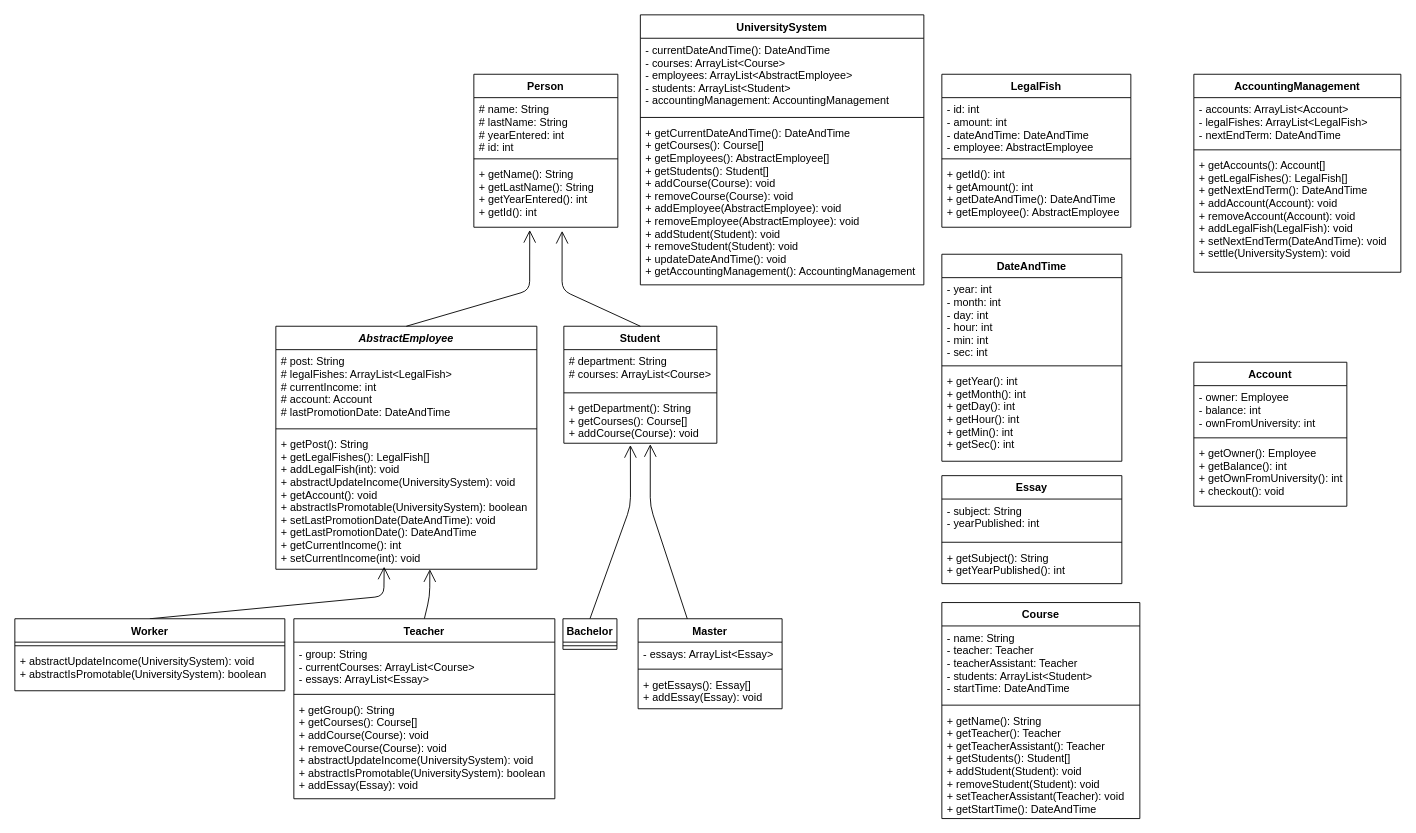
Earlier version of the draw.io diagram Untitled Diagram.drawio (ParsaRahmaty/Lab9). Source tidied: cells renumbered, new cells numbered last; positions are measured from the earlier drawing's top-left corner, leaving out a move shared by most shapes. Both pictures are drawn from the tidied source at 90%, with x=0, y=0 at pixel (14, 14).
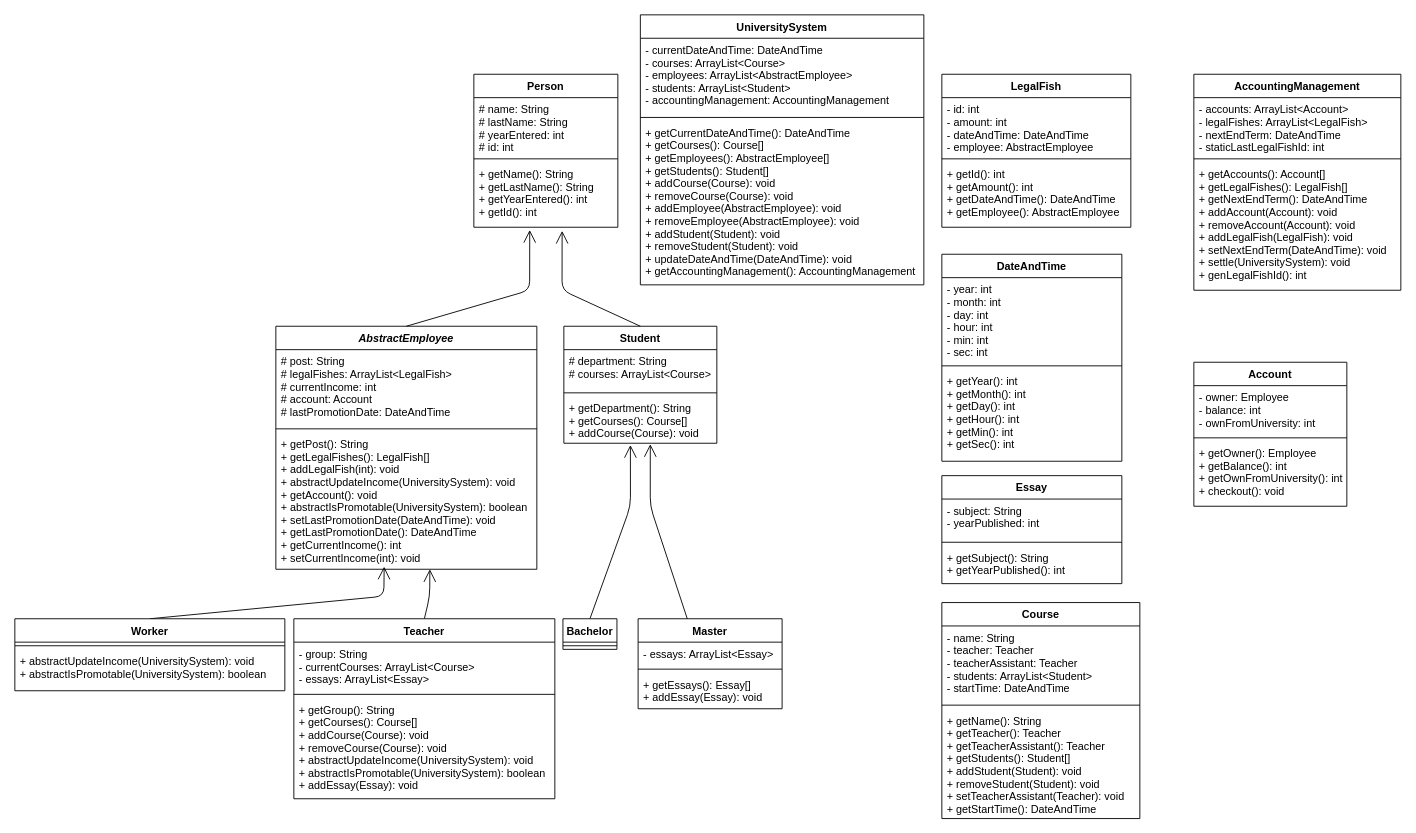
Above is the later version.

Unchanged cells that the change refers to:
```xml
<mxCell id="46" value="UniversitySystem" style="swimlane;fontStyle=1;align=center;verticalAlign=top;horizontal=1;startSize=26;" parent="1" vertex="1">
  <mxGeometry x="695" width="315" height="300" as="geometry" />
</mxCell>
```

What changed in the source:
```diff
@@
-    <mxCell id="47" value="- currentDateAndTime(): DateAndTime&#10;- courses: ArrayList&lt;Course&gt;&#10;- employees: ArrayList&lt;AbstractEmployee&gt;&#10;- students: ArrayList&lt;Student&gt;&#10;- accountingManagement: AccountingManagement&#10;" style="text;strokeColor=none;fillColor=none;align=left;verticalAlign=top;spacingLeft=4;spacingRight=4;overflow=hidden;" parent="46" vertex="1">
+    <mxCell id="47" value="- currentDateAndTime: DateAndTime&#10;- courses: ArrayList&lt;Course&gt;&#10;- employees: ArrayList&lt;AbstractEmployee&gt;&#10;- students: ArrayList&lt;Student&gt;&#10;- accountingManagement: AccountingManagement&#10;" style="text;strokeColor=none;fillColor=none;align=left;verticalAlign=top;spacingLeft=4;spacingRight=4;overflow=hidden;" parent="46" vertex="1">
       <mxGeometry y="26" width="315" height="84" as="geometry" />
     </mxCell>
@@
-    <mxCell id="49" value="+ getCurrentDateAndTime(): DateAndTime&#10;+ getCourses(): Course[]&#10;+ getEmployees(): AbstractEmployee[]&#10;+ getStudents(): Student[]&#10;+ addCourse(Course): void&#10;+ removeCourse(Course): void&#10;+ addEmployee(AbstractEmployee): void&#10;+ removeEmployee(AbstractEmployee): void&#10;+ addStudent(Student): void&#10;+ removeStudent(Student): void&#10;+ updateDateAndTime(): void&#10;+ getAccountingManagement(): AccountingManagement&#10;" style="text;strokeColor=none;fillColor=none;align=left;verticalAlign=top;spacingLeft=4;spacingRight=4;overflow=hidden;" parent="46" vertex="1">
+    <mxCell id="49" value="+ getCurrentDateAndTime(): DateAndTime&#10;+ getCourses(): Course[]&#10;+ getEmployees(): AbstractEmployee[]&#10;+ getStudents(): Student[]&#10;+ addCourse(Course): void&#10;+ removeCourse(Course): void&#10;+ addEmployee(AbstractEmployee): void&#10;+ removeEmployee(AbstractEmployee): void&#10;+ addStudent(Student): void&#10;+ removeStudent(Student): void&#10;+ updateDateAndTime(DateAndTime): void&#10;+ getAccountingManagement(): AccountingManagement&#10;" style="text;strokeColor=none;fillColor=none;align=left;verticalAlign=top;spacingLeft=4;spacingRight=4;overflow=hidden;" parent="46" vertex="1">
       <mxGeometry y="118" width="315" height="182" as="geometry" />
     </mxCell>
@@
     <mxCell id="53" value="AccountingManagement" style="swimlane;fontStyle=1;align=center;verticalAlign=top;horizontal=1;startSize=26;" parent="1" vertex="1">
-      <mxGeometry x="1310" y="66" width="230" height="220" as="geometry" />
+      <mxGeometry x="1310" y="66" width="230" height="240" as="geometry" />
     </mxCell>
-    <mxCell id="54" value="- accounts: ArrayList&lt;Account&gt;&#10;- legalFishes: ArrayList&lt;LegalFish&gt;&#10;- nextEndTerm: DateAndTime&#10;" style="text;strokeColor=none;fillColor=none;align=left;verticalAlign=top;spacingLeft=4;spacingRight=4;overflow=hidden;" parent="53" vertex="1">
-      <mxGeometry y="26" width="230" height="54" as="geometry" />
+    <mxCell id="54" value="- accounts: ArrayList&lt;Account&gt;&#10;- legalFishes: ArrayList&lt;LegalFish&gt;&#10;- nextEndTerm: DateAndTime&#10;- staticLastLegalFishId: int&#10;&#10;" style="text;strokeColor=none;fillColor=none;align=left;verticalAlign=top;spacingLeft=4;spacingRight=4;overflow=hidden;" parent="53" vertex="1">
+      <mxGeometry y="26" width="230" height="64" as="geometry" />
     </mxCell>
     <mxCell id="55" style="line;strokeWidth=1;fillColor=none;align=left;verticalAlign=middle;spacingTop=-1;spacingLeft=3;spacingRight=3;labelPosition=right;" parent="53" vertex="1">
-      <mxGeometry y="80" width="230" height="8" as="geometry" />
+      <mxGeometry y="90" width="230" height="8" as="geometry" />
     </mxCell>
-    <mxCell id="56" value="+ getAccounts(): Account[]&#10;+ getLegalFishes(): LegalFish[]&#10;+ getNextEndTerm(): DateAndTime&#10;+ addAccount(Account): void&#10;+ removeAccount(Account): void&#10;+ addLegalFish(LegalFish): void&#10;+ setNextEndTerm(DateAndTime): void&#10;+ settle(UniversitySystem): void" style="text;strokeColor=none;fillColor=none;align=left;verticalAlign=top;spacingLeft=4;spacingRight=4;overflow=hidden;" parent="53" vertex="1">
-      <mxGeometry y="88" width="230" height="132" as="geometry" />
+    <mxCell id="56" value="+ getAccounts(): Account[]&#10;+ getLegalFishes(): LegalFish[]&#10;+ getNextEndTerm(): DateAndTime&#10;+ addAccount(Account): void&#10;+ removeAccount(Account): void&#10;+ addLegalFish(LegalFish): void&#10;+ setNextEndTerm(DateAndTime): void&#10;+ settle(UniversitySystem): void&#10;+ genLegalFishId(): int&#10;" style="text;strokeColor=none;fillColor=none;align=left;verticalAlign=top;spacingLeft=4;spacingRight=4;overflow=hidden;" parent="53" vertex="1">
+      <mxGeometry y="98" width="230" height="142" as="geometry" />
     </mxCell>
```
